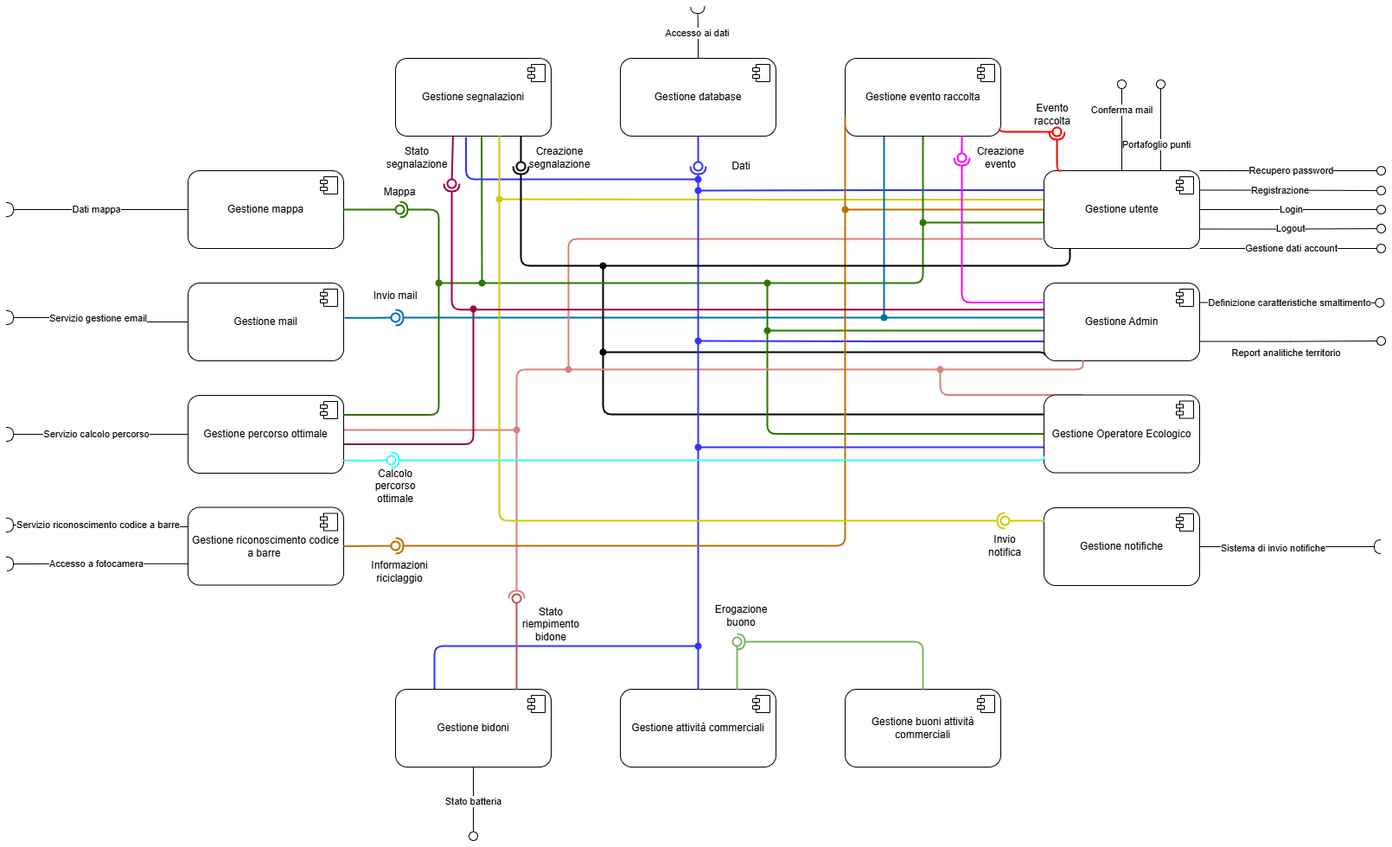
RiccardoCortese/RiciclApp keeps this draw.io diagram as Docs/pictures/diagramma_componenti.png. Above is the earlier version. Source tidied: cells renumbered, new cells last; positions are measured from the earlier drawing's top-left corner, leaving out a move shared by most shapes.
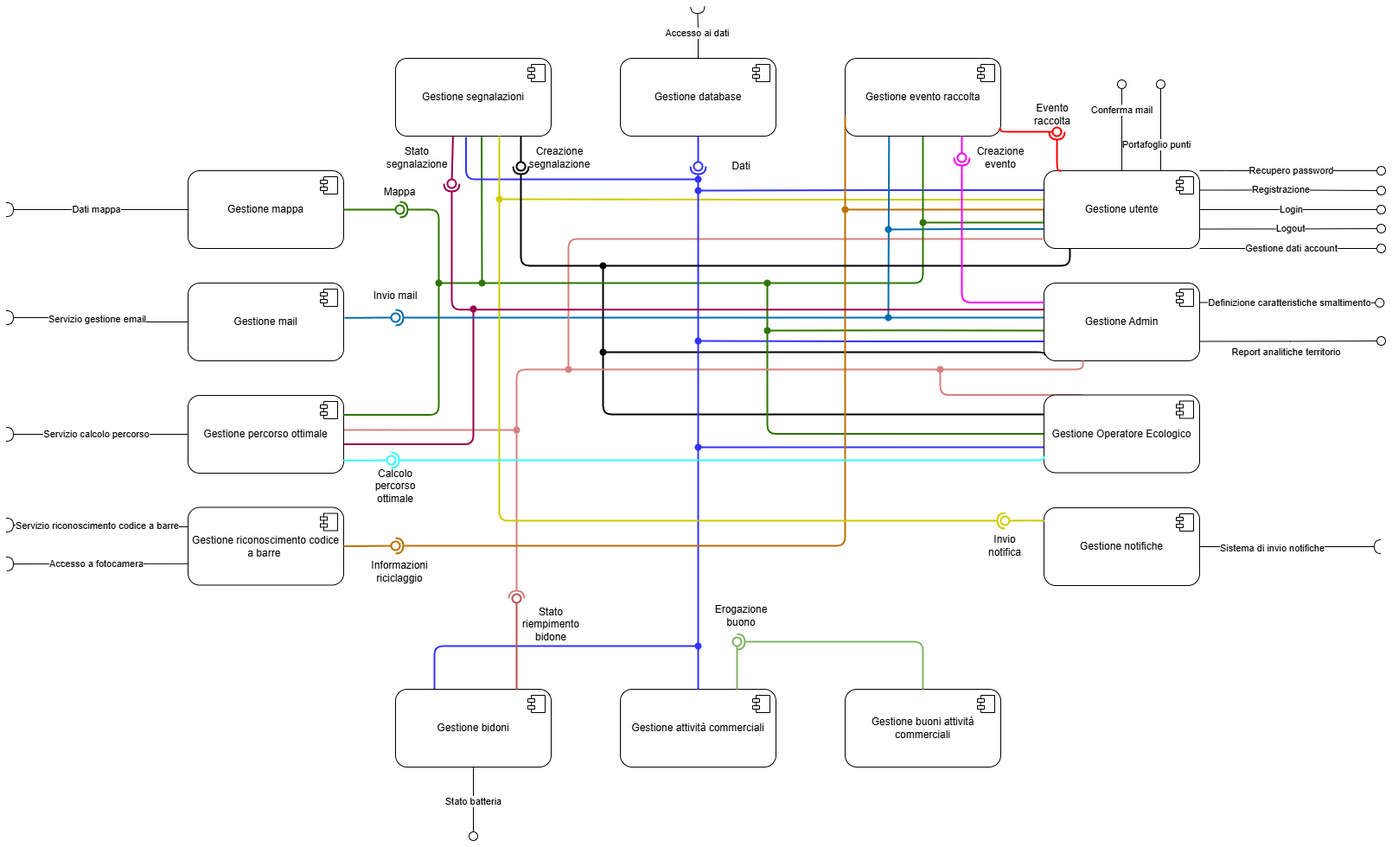
The same diagram one commit later.

Commit message:
modifica diagramma per correzione errori

The edit, as a diff of the source:
```diff
@@ -233,6 +233,11 @@
         <mxPoint x="1290" y="90" as="targetPoint" />
       </mxGeometry>
     </mxCell>
+    <mxCell id="116" style="edgeStyle=orthogonalEdgeStyle;rounded=0;jettySize=auto;html=1;exitX=0;exitY=0.75;exitDx=0;exitDy=0;strokeColor=#006EAF;strokeWidth=2;endArrow=oval;endFill=1;" parent="1" edge="1" source="45">
+      <mxGeometry relative="1" as="geometry">
+        <mxPoint x="1020" y="258" as="targetPoint" />
+      </mxGeometry>
+    </mxCell>
     <mxCell id="45" value="Gestione utente" style="html=1;whiteSpace=wrap;rounded=1;fillColor=light-dark(#FFFFFF,transparent);" parent="1" vertex="1">
       <mxGeometry x="1200" y="190" width="180" height="90" as="geometry" />
     </mxCell>
@@ -326,9 +331,13 @@
         </Array>
       </mxGeometry>
     </mxCell>
-    <mxCell id="63" style="edgeStyle=orthogonalEdgeStyle;rounded=1;jettySize=auto;html=1;exitX=0.25;exitY=1;exitDx=0;exitDy=0;endArrow=oval;endFill=1;fillColor=#1ba1e2;strokeColor=#006EAF;strokeWidth=2;" parent="1" edge="1" source="64">
+    <mxCell id="63" style="edgeStyle=orthogonalEdgeStyle;rounded=1;jettySize=auto;html=1;endArrow=oval;endFill=1;fillColor=#1ba1e2;strokeColor=#006EAF;strokeWidth=2;exitX=0.282;exitY=0.991;exitDx=0;exitDy=0;exitPerimeter=0;" parent="1" edge="1" source="64">
       <mxGeometry relative="1" as="geometry">
-        <mxPoint x="1015" y="360" as="targetPoint" />
+        <mxPoint x="1020" y="360" as="targetPoint" />
+        <Array as="points">
+          <mxPoint x="1021" y="151" />
+          <mxPoint x="1020" y="151" />
+        </Array>
       </mxGeometry>
     </mxCell>
     <mxCell id="64" value="Gestione evento raccolta" style="html=1;whiteSpace=wrap;rounded=1;fillColor=light-dark(#FFFFFF,transparent);" parent="1" vertex="1">
```
